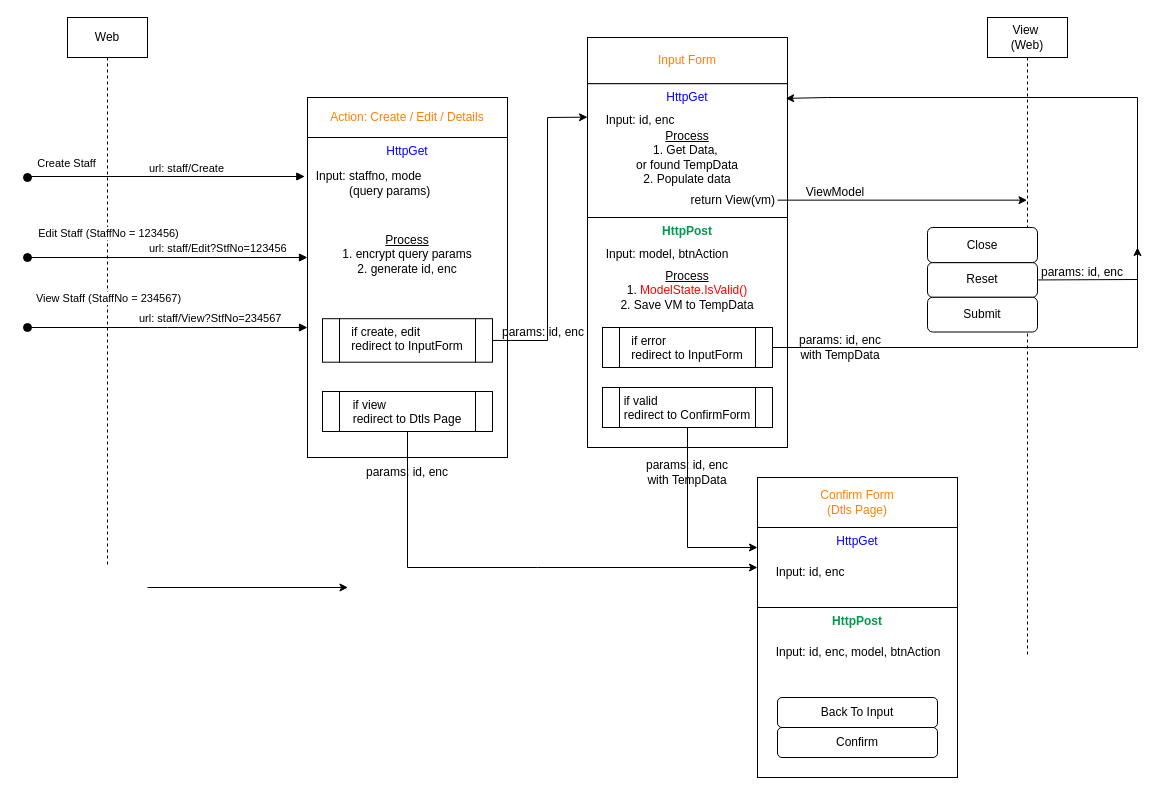
mujianlo/hrpt_drawio keeps this draw.io diagram as page "Page-2" (2 of 2) of StaffForm_workflow.drawio. Above is the earlier version. Source tidied: cells renumbered, new cells numbered last; positions are measured from the earlier drawing's top-left corner, leaving out a move shared by most shapes. Both pictures are drawn from the tidied source at 100%, with x=0, y=0 at pixel (27, 17).
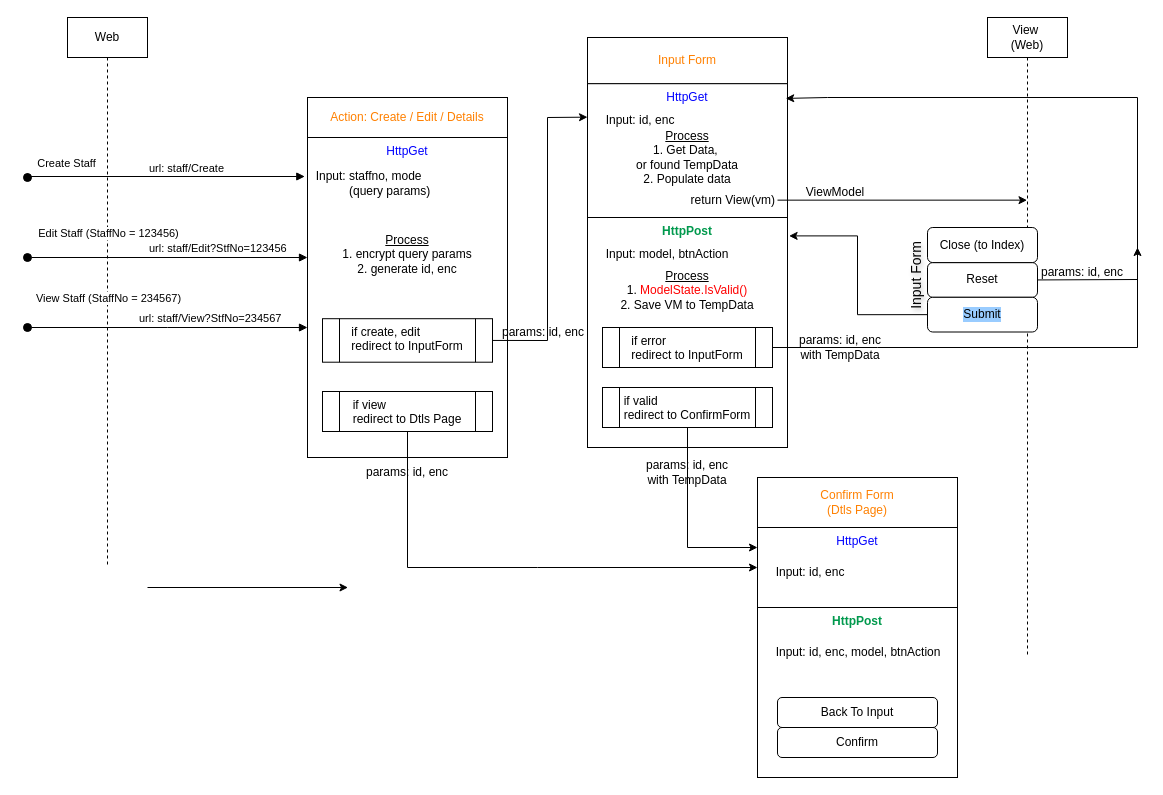
After the change.

The change refers to these unchanged cells:
```xml
<mxCell id="25" value="HttpPost" style="rounded=0;whiteSpace=wrap;html=1;align=center;verticalAlign=top;fontStyle=1;fontColor=#00994D;" parent="1" vertex="1">
  <mxGeometry x="560" y="200" width="200" height="230" as="geometry" />
</mxCell>
<mxCell id="35" style="group;" parent="1" vertex="1">
  <mxGeometry x="900" y="210" width="110" height="104.4" as="geometry" />
</mxCell>
```

Change to the diagram source:
```diff
@@
+    <mxCell id="56" value="Input Form" style="text;html=1;whiteSpace=wrap;strokeColor=none;fillColor=none;align=center;verticalAlign=middle;rounded=0;horizontal=0;fontStyle=0;labelBorderColor=none;labelBackgroundColor=none;textShadow=1;fontSize=14;" parent="1" vertex="1">
+      <mxGeometry x="874" y="203" width="30" height="110" as="geometry" />
+    </mxCell>
@@
-    <mxCell id="37" value="Submit" style="rounded=1;whiteSpace=wrap;html=1;" parent="35" vertex="1">
+    <mxCell id="37" value="Submit" style="rounded=1;whiteSpace=wrap;html=1;labelBackgroundColor=#99CCFF;" parent="35" vertex="1">
       <mxGeometry y="69.8" width="110" height="34.7" as="geometry" />
     </mxCell>
-    <mxCell id="38" value="Close" style="rounded=1;whiteSpace=wrap;html=1;" parent="35" vertex="1">
+    <mxCell id="38" value="Close (to Index)" style="rounded=1;whiteSpace=wrap;html=1;" parent="35" vertex="1">
       <mxGeometry width="110" height="35.1" as="geometry" />
     </mxCell>
@@
+    <mxCell id="57" style="endArrow=classic;html=1;rounded=0;exitX=0;exitY=0.5;exitDx=0;exitDy=0;entryX=1.008;entryY=0.08;entryDx=0;entryDy=0;entryPerimeter=0;edgeStyle=orthogonalEdgeStyle;" parent="1" edge="1" source="37" target="25">
+      <mxGeometry relative="1" as="geometry" />
+    </mxCell>
```
